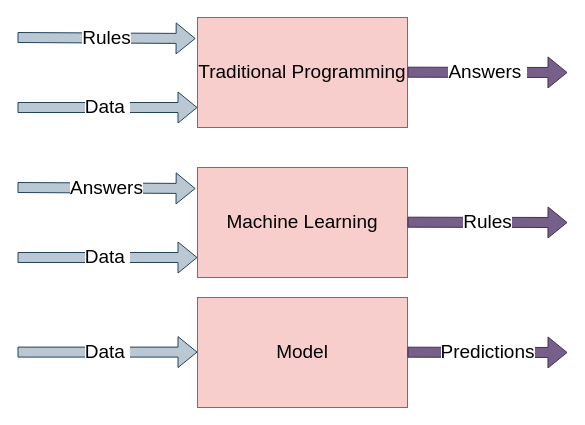
bapukokare/assignment keeps this draw.io diagram as Tensorflow_gcp.drawio. Above is the earlier version. Source tidied: cells renumbered, new cells numbered last; positions are measured from the earlier drawing's top-left corner, leaving out a move shared by most shapes. Both pictures are drawn from the tidied source at 100%, with x=0, y=0 at pixel (17, 17).
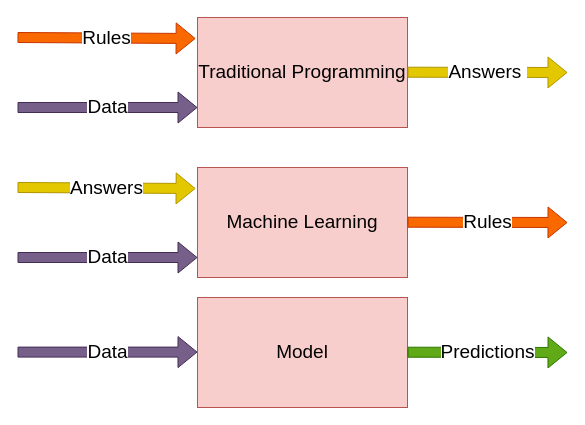
The same diagram, later.

The change refers to these unchanged cells:
```xml
<mxCell id="2" value="Traditional Programming" style="rounded=0;whiteSpace=wrap;html=1;fillColor=#f8cecc;strokeColor=#b85450;fontSize=19;" parent="1" vertex="1">
  <mxGeometry x="180" width="210" height="110" as="geometry" />
</mxCell>
<mxCell id="6" value="Machine Learning" style="rounded=0;whiteSpace=wrap;html=1;fillColor=#f8cecc;strokeColor=#b85450;fontSize=19;" parent="1" vertex="1">
  <mxGeometry x="180" y="150" width="210" height="110" as="geometry" />
</mxCell>
```

The edit, as a diff of the source:
```diff
@@
-    <mxCell id="3" value="Rules" style="shape=flexArrow;endArrow=classic;html=1;rounded=0;entryX=-0.009;entryY=0.191;entryDx=0;entryDy=0;entryPerimeter=0;fillColor=#bac8d3;strokeColor=#23445d;fontSize=19;" parent="1" edge="1" target="2">
+    <mxCell id="3" value="Rules" style="shape=flexArrow;endArrow=classic;html=1;rounded=0;entryX=-0.009;entryY=0.191;entryDx=0;entryDy=0;entryPerimeter=0;fillColor=#fa6800;strokeColor=#C73500;fontSize=19;" parent="1" edge="1" target="2">
       <mxGeometry relative="1" as="geometry">
         <mxPoint y="20" as="sourcePoint" />
       </mxGeometry>
     </mxCell>
-    <mxCell id="4" value="Data&amp;nbsp;" style="shape=flexArrow;endArrow=classic;html=1;rounded=0;entryX=0;entryY=0.25;entryDx=0;entryDy=0;fillColor=#bac8d3;strokeColor=#23445d;fontSize=19;" parent="1" edge="1">
+    <mxCell id="4" value="Data" style="shape=flexArrow;endArrow=classic;html=1;rounded=0;entryX=0;entryY=0.25;entryDx=0;entryDy=0;fillColor=#76608a;strokeColor=#432D57;fontSize=19;" parent="1" edge="1">
       <mxGeometry relative="1" as="geometry">
         <mxPoint y="90" as="sourcePoint" />
         <mxPoint x="180" y="90" as="targetPoint" />
       </mxGeometry>
     </mxCell>
-    <mxCell id="5" value="Answers&amp;nbsp;" style="shape=flexArrow;endArrow=classic;html=1;rounded=0;fillColor=#76608a;strokeColor=#432D57;fontSize=19;" parent="1" edge="1">
+    <mxCell id="5" value="Answers&amp;nbsp;" style="shape=flexArrow;endArrow=classic;html=1;rounded=0;fillColor=#e3c800;strokeColor=#B09500;fontSize=19;" parent="1" edge="1">
       <mxGeometry relative="1" as="geometry">
         <mxPoint x="390" y="54.7" as="sourcePoint" />
         <mxPoint x="550" y="55" as="targetPoint" />
       </mxGeometry>
     </mxCell>
@@
-    <mxCell id="7" value="Answers" style="shape=flexArrow;endArrow=classic;html=1;rounded=0;entryX=-0.009;entryY=0.191;entryDx=0;entryDy=0;entryPerimeter=0;fillColor=#bac8d3;strokeColor=#23445d;fontSize=19;" parent="1" edge="1" target="6">
+    <mxCell id="7" value="Answers" style="shape=flexArrow;endArrow=classic;html=1;rounded=0;entryX=-0.009;entryY=0.191;entryDx=0;entryDy=0;entryPerimeter=0;fillColor=#e3c800;strokeColor=#B09500;fontSize=19;" parent="1" edge="1" target="6">
       <mxGeometry relative="1" as="geometry">
         <mxPoint y="170" as="sourcePoint" />
       </mxGeometry>
     </mxCell>
-    <mxCell id="8" value="Data&amp;nbsp;" style="shape=flexArrow;endArrow=classic;html=1;rounded=0;entryX=0;entryY=0.25;entryDx=0;entryDy=0;fillColor=#bac8d3;strokeColor=#23445d;fontSize=19;" parent="1" edge="1">
+    <mxCell id="8" value="Data" style="shape=flexArrow;endArrow=classic;html=1;rounded=0;entryX=0;entryY=0.25;entryDx=0;entryDy=0;fillColor=#76608a;strokeColor=#432D57;fontSize=19;" parent="1" edge="1">
       <mxGeometry relative="1" as="geometry">
         <mxPoint y="240" as="sourcePoint" />
         <mxPoint x="180" y="240" as="targetPoint" />
       </mxGeometry>
     </mxCell>
-    <mxCell id="9" value="Rules" style="shape=flexArrow;endArrow=classic;html=1;rounded=0;fillColor=#76608a;strokeColor=#432D57;fontSize=19;" parent="1" edge="1">
+    <mxCell id="9" value="Rules" style="shape=flexArrow;endArrow=classic;html=1;rounded=0;fillColor=#fa6800;strokeColor=#C73500;fontSize=19;" parent="1" edge="1">
       <mxGeometry relative="1" as="geometry">
         <mxPoint x="390" y="204.7" as="sourcePoint" />
         <mxPoint x="550" y="205" as="targetPoint" />
       </mxGeometry>
     </mxCell>
@@
-    <mxCell id="11" value="Data&amp;nbsp;" style="shape=flexArrow;endArrow=classic;html=1;rounded=0;entryX=0;entryY=0.25;entryDx=0;entryDy=0;fillColor=#bac8d3;strokeColor=#23445d;fontSize=19;" parent="1" edge="1">
+    <mxCell id="11" value="Data" style="shape=flexArrow;endArrow=classic;html=1;rounded=0;entryX=0;entryY=0.25;entryDx=0;entryDy=0;fillColor=#76608a;strokeColor=#432D57;fontSize=19;" parent="1" edge="1">
       <mxGeometry relative="1" as="geometry">
         <mxPoint y="334.6" as="sourcePoint" />
         <mxPoint x="180" y="334.6" as="targetPoint" />
       </mxGeometry>
     </mxCell>
-    <mxCell id="12" value="Predictions" style="shape=flexArrow;endArrow=classic;html=1;rounded=0;fillColor=#76608a;strokeColor=#432D57;fontSize=19;" parent="1" edge="1">
+    <mxCell id="12" value="Predictions" style="shape=flexArrow;endArrow=classic;html=1;rounded=0;fillColor=#60a917;strokeColor=#2D7600;fontSize=19;" parent="1" edge="1">
       <mxGeometry relative="1" as="geometry">
         <mxPoint x="390" y="334.7" as="sourcePoint" />
         <mxPoint x="550" y="335" as="targetPoint" />
       </mxGeometry>
     </mxCell>
```
